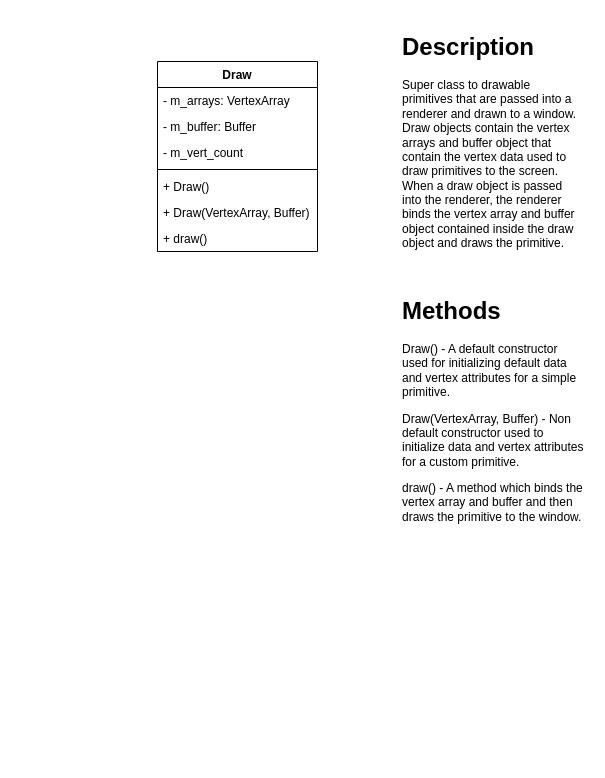
The draw.io diagram docs/Draw.drawio in LowFire/blazer3d, before the edit. Source tidied: cells renumbered, new cells numbered last; positions are measured from the earlier drawing's top-left corner, leaving out a move shared by most shapes. Both pictures are drawn from the tidied source at 100%, with x=0, y=0 at pixel (157, 27).
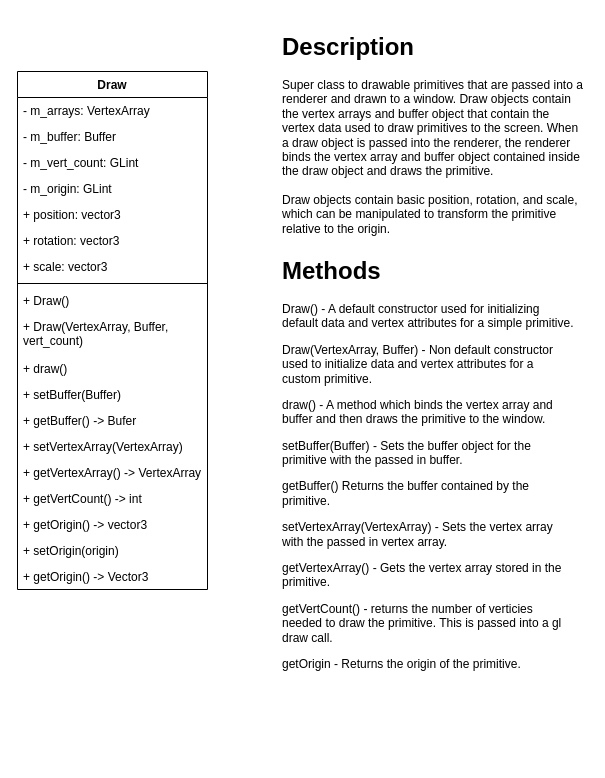
The same page after the edit.

Commit message (it also covers changes not shown here):
Implemented functino stubs for draw class.

The edit, as a diff of the source:
```diff
@@
     <mxCell id="2" value="Draw" style="swimlane;fontStyle=1;align=center;verticalAlign=top;horizontal=1;startSize=26;" parent="1" vertex="1">
-      <mxGeometry y="34" width="160" height="190" as="geometry" />
+      <mxGeometry x="-140" y="44" width="190" height="518" as="geometry" />
     </mxCell>
     <mxCell id="3" value="- m_arrays: VertexArray" style="text;strokeColor=none;fillColor=none;align=left;verticalAlign=top;spacingLeft=4;spacingRight=4;overflow=hidden;" parent="2" vertex="1">
-      <mxGeometry y="26" width="160" height="26" as="geometry" />
+      <mxGeometry y="26" width="190" height="26" as="geometry" />
     </mxCell>
     <mxCell id="4" value="- m_buffer: Buffer" style="text;strokeColor=none;fillColor=none;align=left;verticalAlign=top;spacingLeft=4;spacingRight=4;overflow=hidden;" parent="2" vertex="1">
-      <mxGeometry y="52" width="160" height="26" as="geometry" />
+      <mxGeometry y="52" width="190" height="26" as="geometry" />
     </mxCell>
+    <mxCell id="12" value="- m_vert_count: GLint" style="text;strokeColor=none;fillColor=none;align=left;verticalAlign=top;spacingLeft=4;spacingRight=4;overflow=hidden;" parent="2" vertex="1">
+      <mxGeometry y="78" width="190" height="26" as="geometry" />
+    </mxCell>
+    <mxCell id="13" value="- m_origin: GLint" style="text;strokeColor=none;fillColor=none;align=left;verticalAlign=top;spacingLeft=4;spacingRight=4;overflow=hidden;" parent="2" vertex="1">
+      <mxGeometry y="104" width="190" height="26" as="geometry" />
+    </mxCell>
+    <mxCell id="14" value="+ position: vector3" style="text;strokeColor=none;fillColor=none;align=left;verticalAlign=top;spacingLeft=4;spacingRight=4;overflow=hidden;" parent="2" vertex="1">
+      <mxGeometry y="130" width="190" height="26" as="geometry" />
+    </mxCell>
+    <mxCell id="15" value="+ rotation: vector3" style="text;strokeColor=none;fillColor=none;align=left;verticalAlign=top;spacingLeft=4;spacingRight=4;overflow=hidden;" parent="2" vertex="1">
+      <mxGeometry y="156" width="190" height="26" as="geometry" />
+    </mxCell>
-    <mxCell id="5" value="- m_vert_count" style="text;strokeColor=none;fillColor=none;align=left;verticalAlign=top;spacingLeft=4;spacingRight=4;overflow=hidden;" parent="2" vertex="1">
-      <mxGeometry y="78" width="160" height="26" as="geometry" />
+    <mxCell id="5" value="+ scale: vector3" style="text;strokeColor=none;fillColor=none;align=left;verticalAlign=top;spacingLeft=4;spacingRight=4;overflow=hidden;" parent="2" vertex="1">
+      <mxGeometry y="182" width="190" height="26" as="geometry" />
     </mxCell>
     <mxCell id="6" style="line;strokeWidth=1;fillColor=none;align=left;verticalAlign=middle;spacingTop=-1;spacingLeft=3;spacingRight=3;labelPosition=right;" parent="2" vertex="1">
-      <mxGeometry y="104" width="160" height="8" as="geometry" />
+      <mxGeometry y="208" width="190" height="8" as="geometry" />
     </mxCell>
     <mxCell id="7" value="+ Draw()" style="text;strokeColor=none;fillColor=none;align=left;verticalAlign=top;spacingLeft=4;spacingRight=4;overflow=hidden;" parent="2" vertex="1">
-      <mxGeometry y="112" width="160" height="26" as="geometry" />
+      <mxGeometry y="216" width="190" height="26" as="geometry" />
     </mxCell>
-    <mxCell id="8" value="+ Draw(VertexArray, Buffer)" style="text;strokeColor=none;fillColor=none;align=left;verticalAlign=top;spacingLeft=4;spacingRight=4;overflow=hidden;" parent="2" vertex="1">
-      <mxGeometry y="138" width="160" height="26" as="geometry" />
-    </mxCell>
+    <mxCell id="16" value="+ Draw(VertexArray, Buffer,&#10;vert_count)" style="text;strokeColor=none;fillColor=none;align=left;verticalAlign=top;spacingLeft=4;spacingRight=4;overflow=hidden;" parent="2" vertex="1">
+      <mxGeometry y="242" width="190" height="42" as="geometry" />
+    </mxCell>
+    <mxCell id="17" value="+ draw()" style="text;strokeColor=none;fillColor=none;align=left;verticalAlign=top;spacingLeft=4;spacingRight=4;overflow=hidden;" parent="2" vertex="1">
+      <mxGeometry y="284" width="190" height="26" as="geometry" />
+    </mxCell>
+    <mxCell id="18" value="+ setBuffer(Buffer)" style="text;strokeColor=none;fillColor=none;align=left;verticalAlign=top;spacingLeft=4;spacingRight=4;overflow=hidden;" parent="2" vertex="1">
+      <mxGeometry y="310" width="190" height="26" as="geometry" />
+    </mxCell>
+    <mxCell id="19" value="+ getBuffer() -&gt; Bufer" style="text;strokeColor=none;fillColor=none;align=left;verticalAlign=top;spacingLeft=4;spacingRight=4;overflow=hidden;" parent="2" vertex="1">
+      <mxGeometry y="336" width="190" height="26" as="geometry" />
+    </mxCell>
+    <mxCell id="20" value="+ setVertexArray(VertexArray)" style="text;strokeColor=none;fillColor=none;align=left;verticalAlign=top;spacingLeft=4;spacingRight=4;overflow=hidden;" parent="2" vertex="1">
+      <mxGeometry y="362" width="190" height="26" as="geometry" />
+    </mxCell>
+    <mxCell id="21" value="+ getVertexArray() -&gt; VertexArray" style="text;strokeColor=none;fillColor=none;align=left;verticalAlign=top;spacingLeft=4;spacingRight=4;overflow=hidden;" parent="2" vertex="1">
+      <mxGeometry y="388" width="190" height="26" as="geometry" />
+    </mxCell>
+    <mxCell id="22" value="+ getVertCount() -&gt; int" style="text;strokeColor=none;fillColor=none;align=left;verticalAlign=top;spacingLeft=4;spacingRight=4;overflow=hidden;" parent="2" vertex="1">
+      <mxGeometry y="414" width="190" height="26" as="geometry" />
+    </mxCell>
+    <mxCell id="23" value="+ getOrigin() -&gt; vector3" style="text;strokeColor=none;fillColor=none;align=left;verticalAlign=top;spacingLeft=4;spacingRight=4;overflow=hidden;" parent="2" vertex="1">
+      <mxGeometry y="440" width="190" height="26" as="geometry" />
+    </mxCell>
+    <mxCell id="24" value="+ setOrigin(origin)" style="text;strokeColor=none;fillColor=none;align=left;verticalAlign=top;spacingLeft=4;spacingRight=4;overflow=hidden;" parent="2" vertex="1">
+      <mxGeometry y="466" width="190" height="26" as="geometry" />
+    </mxCell>
-    <mxCell id="9" value="+ draw()" style="text;strokeColor=none;fillColor=none;align=left;verticalAlign=top;spacingLeft=4;spacingRight=4;overflow=hidden;" parent="2" vertex="1">
-      <mxGeometry y="164" width="160" height="26" as="geometry" />
+    <mxCell id="9" value="+ getOrigin() -&gt; Vector3" style="text;strokeColor=none;fillColor=none;align=left;verticalAlign=top;spacingLeft=4;spacingRight=4;overflow=hidden;" parent="2" vertex="1">
+      <mxGeometry y="492" width="190" height="26" as="geometry" />
     </mxCell>
-    <mxCell id="10" value="&lt;h1&gt;Description&lt;/h1&gt;&lt;div&gt;Super class to drawable primitives that are passed into a renderer and drawn to a window. Draw objects contain the vertex arrays and buffer object that contain the vertex data used to draw primitives to the screen. When a draw object is passed into the renderer, the renderer binds the vertex array and buffer object contained inside the draw object and draws the primitive.&lt;/div&gt;" style="text;html=1;strokeColor=none;fillColor=none;spacing=5;spacingTop=-20;whiteSpace=wrap;overflow=hidden;rounded=0;" parent="1" vertex="1">
-      <mxGeometry x="240" width="190" height="224" as="geometry" />
+    <mxCell id="10" value="&lt;h1&gt;Description&lt;/h1&gt;&lt;div&gt;Super class to drawable primitives that are passed into a renderer and drawn to a window. Draw objects contain the vertex arrays and buffer object that contain the vertex data used to draw primitives to the screen. When a draw object is passed into the renderer, the renderer binds the vertex array and buffer object contained inside the draw object and draws the primitive.&lt;/div&gt;&lt;div&gt;&lt;br&gt;&lt;/div&gt;&lt;div&gt;Draw objects contain basic position, rotation, and scale, which can be manipulated to transform the primitive relative to the origin.&lt;/div&gt;" style="text;html=1;strokeColor=none;fillColor=none;spacing=5;spacingTop=-20;whiteSpace=wrap;overflow=hidden;rounded=0;" parent="1" vertex="1">
+      <mxGeometry x="120" width="310" height="214" as="geometry" />
     </mxCell>
-    <mxCell id="11" value="&lt;h1&gt;Methods&lt;/h1&gt;&lt;p&gt;Draw() - A default constructor used for initializing default data and vertex attributes for a simple primitive.&lt;/p&gt;&lt;p&gt;Draw(VertexArray, Buffer) - Non default constructor used to initialize data and vertex attributes for a custom primitive.&lt;/p&gt;&lt;p&gt;draw() - A method which binds the vertex array and buffer and then draws the primitive to the window.&lt;/p&gt;" style="text;html=1;strokeColor=none;fillColor=none;spacing=5;spacingTop=-20;whiteSpace=wrap;overflow=hidden;rounded=0;" parent="1" vertex="1">
-      <mxGeometry x="240" y="264" width="190" height="260" as="geometry" />
+    <mxCell id="11" value="&lt;h1&gt;Methods&lt;/h1&gt;&lt;p&gt;Draw() - A default constructor used for initializing default data and vertex attributes for a simple primitive.&lt;/p&gt;&lt;p&gt;Draw(VertexArray, Buffer) - Non default constructor used to initialize data and vertex attributes for a custom primitive.&lt;/p&gt;&lt;p&gt;draw() - A method which binds the vertex array and buffer and then draws the primitive to the window.&lt;/p&gt;&lt;p&gt;setBuffer(Buffer) - Sets the buffer object for the primitive with the passed in buffer.&lt;/p&gt;&lt;p&gt;getBuffer() Returns the buffer contained by the primitive.&lt;/p&gt;&lt;p&gt;setVertexArray(VertexArray) - Sets the vertex array with the passed in vertex array.&lt;/p&gt;&lt;p&gt;getVertexArray() - Gets the vertex array stored in the primitive.&lt;/p&gt;&lt;p&gt;getVertCount() - returns the number of verticies needed to draw the primitive. This is passed into a gl draw call.&lt;/p&gt;&lt;p&gt;getOrigin - Returns the origin of the primitive.&lt;/p&gt;" style="text;html=1;strokeColor=none;fillColor=none;spacing=5;spacingTop=-20;whiteSpace=wrap;overflow=hidden;rounded=0;" parent="1" vertex="1">
+      <mxGeometry x="120" y="224" width="300" height="510" as="geometry" />
     </mxCell>
```
